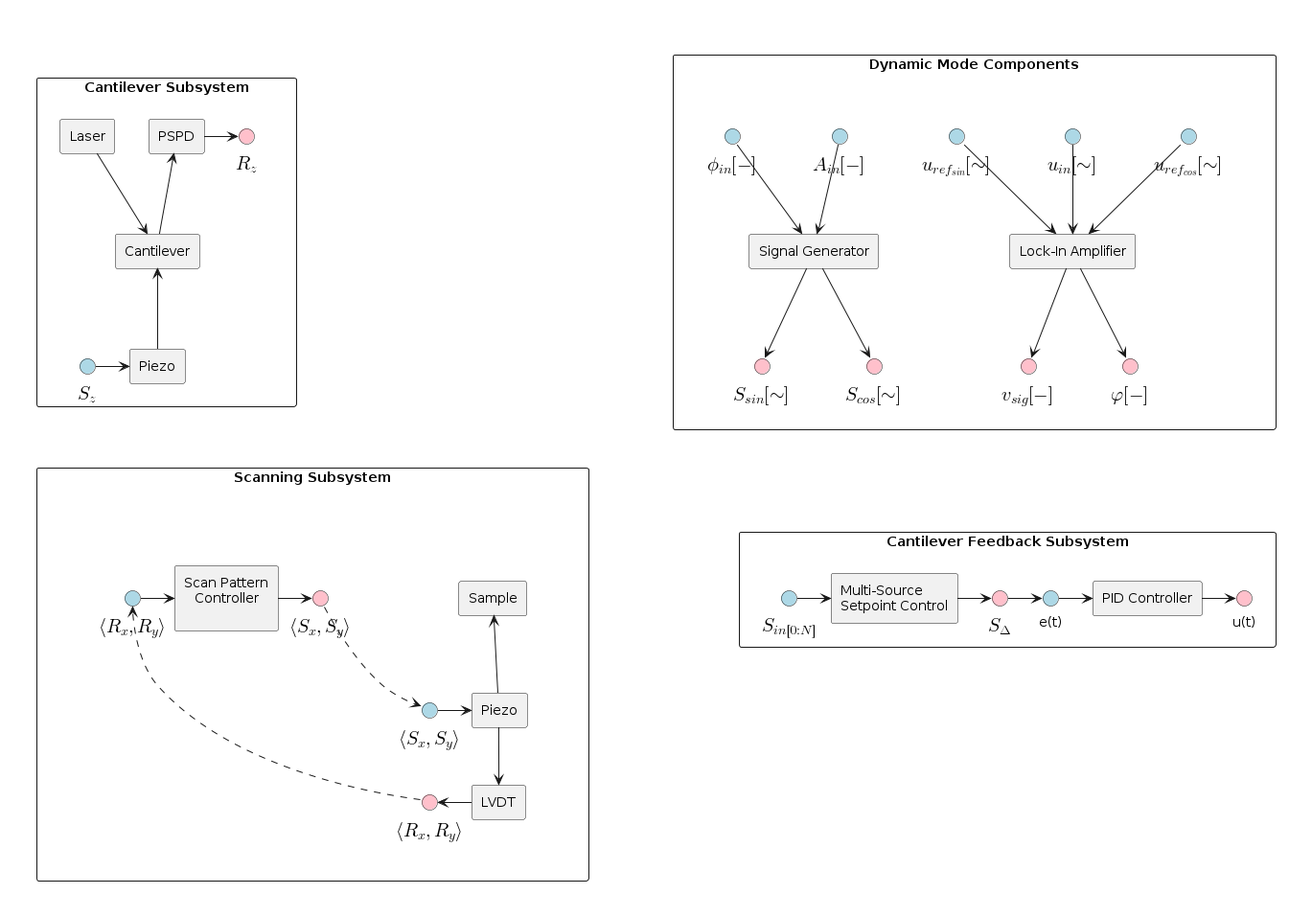
Earlier version of the PlantUML export afm_spm_components/images/afm_components.png (nsulmol/documentation).
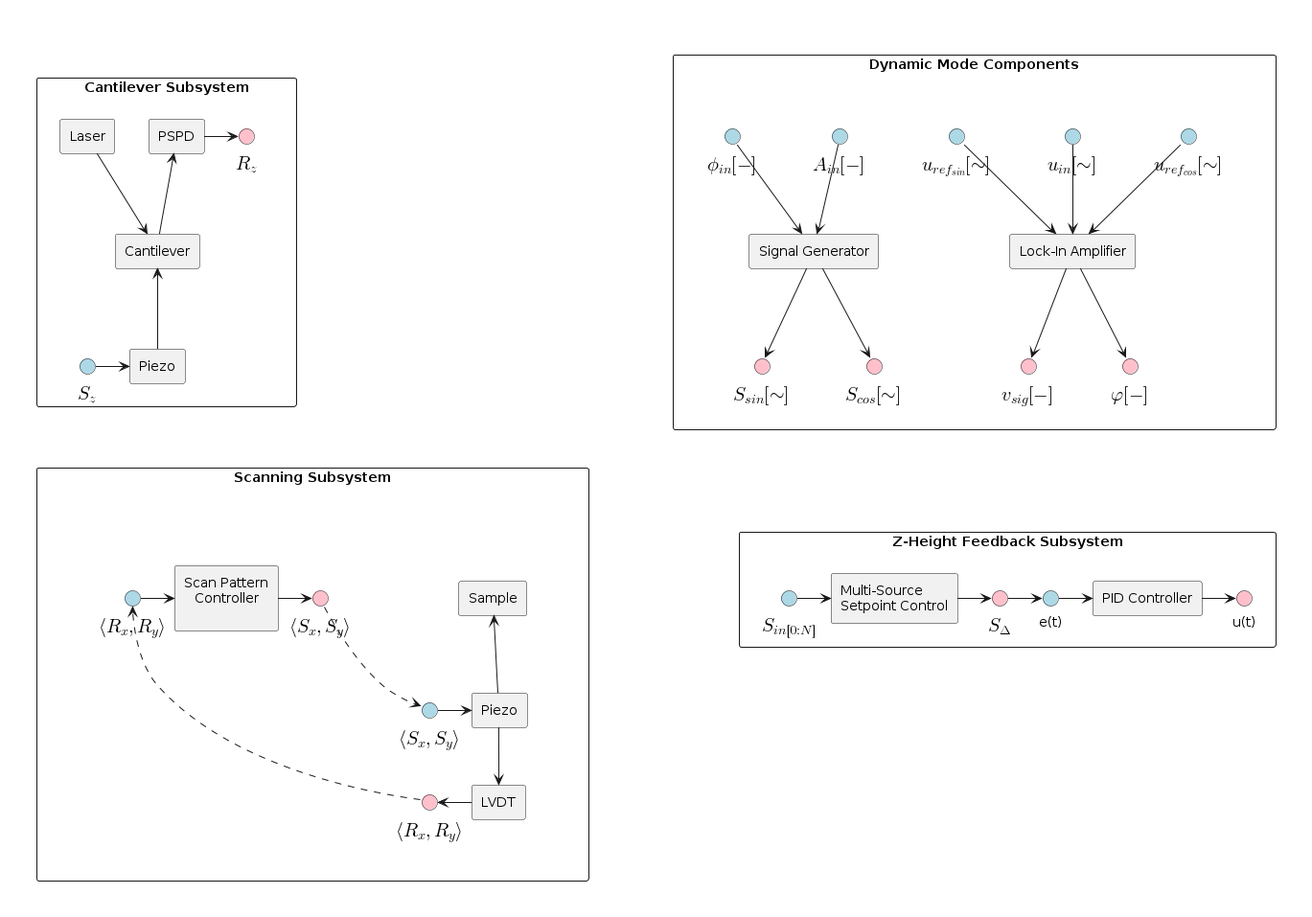
After the commit.

Diff of the diagram source:
```diff
@@ -19,7 +19,7 @@
   !endsub
 
   !startsub feedback_subsystem
-  component "Cantilever Feedback Subsystem" as feedback_subsystem {
+  component "Z-Height Feedback Subsystem" as feedback_subsystem {
     !includesub source_mixer_simple.puml!component
     !includesub pid_simple.puml!component
 
```
